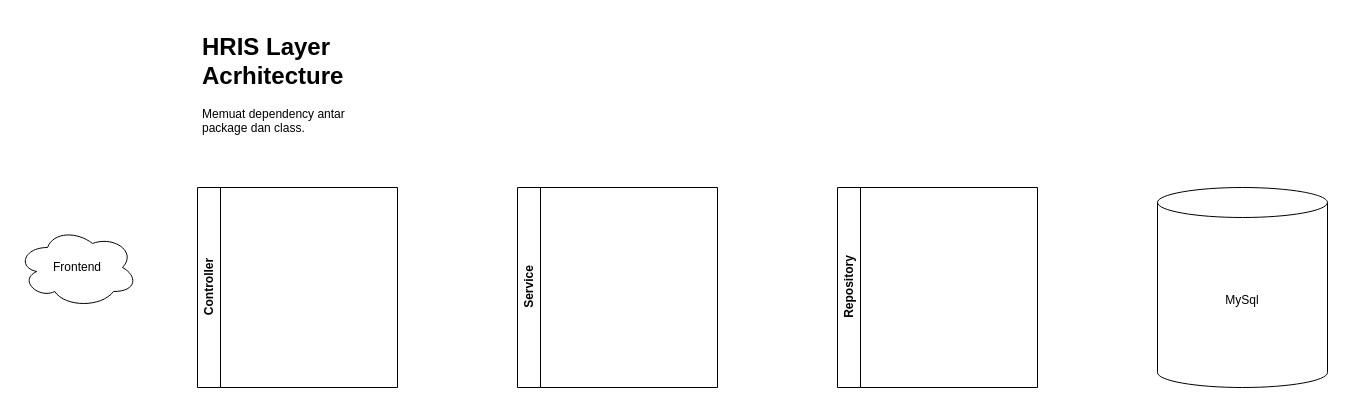
Earlier version of the draw.io diagram page "Layer Architecture" (1 of 2) of LayerAcrhitectureHRIS.drawio (jarisiber/layer-architecture). Source tidied: cells renumbered, new cells numbered last; positions are measured from the earlier drawing's top-left corner, leaving out a move shared by most shapes. Both pictures are drawn from the tidied source at 100%, with x=0, y=0 at pixel (17, 27).
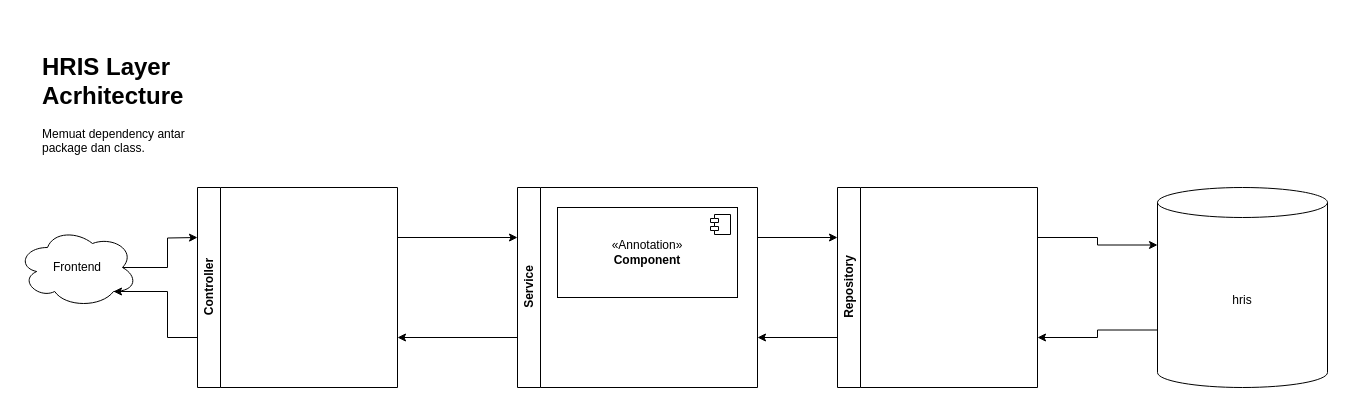
The same page after the edit.

Change to the diagram source:
```diff
@@
 <mxGraphModel>
   <root>
     <mxCell id="0" />
     <mxCell id="1" parent="0" />
+    <mxCell id="8" style="edgeStyle=orthogonalEdgeStyle;rounded=0;jettySize=auto;html=1;exitX=1;exitY=0.25;exitDx=0;exitDy=0;entryX=0;entryY=0.25;entryDx=0;entryDy=0;" parent="1" edge="1" source="2" target="3">
+      <mxGeometry relative="1" as="geometry" />
+    </mxCell>
     <mxCell id="2" value="Controller" style="swimlane;horizontal=0;whiteSpace=wrap;html=1;" parent="1" vertex="1">
       <mxGeometry x="180" y="160" width="200" height="200" as="geometry" />
     </mxCell>
+    <mxCell id="9" style="edgeStyle=orthogonalEdgeStyle;rounded=0;jettySize=auto;html=1;exitX=0;exitY=0.75;exitDx=0;exitDy=0;entryX=1;entryY=0.75;entryDx=0;entryDy=0;" parent="1" edge="1" source="3" target="2">
+      <mxGeometry relative="1" as="geometry" />
+    </mxCell>
+    <mxCell id="10" style="edgeStyle=orthogonalEdgeStyle;rounded=0;jettySize=auto;html=1;exitX=1;exitY=0.25;exitDx=0;exitDy=0;entryX=0;entryY=0.25;entryDx=0;entryDy=0;" parent="1" edge="1" source="3" target="4">
+      <mxGeometry relative="1" as="geometry" />
+    </mxCell>
     <mxCell id="3" value="Service" style="swimlane;horizontal=0;whiteSpace=wrap;html=1;" parent="1" vertex="1">
-      <mxGeometry x="500" y="160" width="200" height="200" as="geometry" />
+      <mxGeometry x="500" y="160" width="240" height="200" as="geometry" />
     </mxCell>
+    <mxCell id="11" value="&amp;laquo;Annotation&amp;raquo;&lt;br/&gt;&lt;b&gt;Component&lt;/b&gt;" style="html=1;whiteSpace=wrap;" parent="3" vertex="1">
+      <mxGeometry x="40" y="20" width="180" height="90" as="geometry" />
+    </mxCell>
+    <mxCell id="12" style="shape=module;jettyWidth=8;jettyHeight=4;" parent="11" vertex="1">
+      <mxGeometry x="1" width="20" height="20" relative="1" as="geometry">
+        <mxPoint x="-27" y="7" as="offset" />
+      </mxGeometry>
+    </mxCell>
+    <mxCell id="13" style="edgeStyle=orthogonalEdgeStyle;rounded=0;jettySize=auto;html=1;exitX=0;exitY=0.75;exitDx=0;exitDy=0;entryX=1;entryY=0.75;entryDx=0;entryDy=0;" parent="1" edge="1" source="4" target="3">
+      <mxGeometry relative="1" as="geometry" />
+    </mxCell>
     <mxCell id="4" value="Repository" style="swimlane;horizontal=0;whiteSpace=wrap;html=1;" parent="1" vertex="1">
       <mxGeometry x="820" y="160" width="200" height="200" as="geometry" />
     </mxCell>
     <mxCell id="5" value="&lt;h1&gt;HRIS Layer Acrhitecture&lt;/h1&gt;&lt;p&gt;Memuat dependency antar package dan class.&lt;/p&gt;" style="text;html=1;strokeColor=none;fillColor=none;spacing=5;spacingTop=-20;whiteSpace=wrap;overflow=hidden;rounded=0;" parent="1" vertex="1">
-      <mxGeometry x="180" width="190" height="120" as="geometry" />
+      <mxGeometry x="20" y="20" width="190" height="120" as="geometry" />
     </mxCell>
+    <mxCell id="14" style="edgeStyle=orthogonalEdgeStyle;rounded=0;jettySize=auto;html=1;exitX=0;exitY=0;exitDx=0;exitDy=142.5;exitPerimeter=0;entryX=1;entryY=0.75;entryDx=0;entryDy=0;" parent="1" edge="1" source="6" target="4">
+      <mxGeometry relative="1" as="geometry" />
+    </mxCell>
-    <mxCell id="6" value="MySql" style="shape=cylinder3;whiteSpace=wrap;html=1;boundedLbl=1;backgroundOutline=1;size=15;" parent="1" vertex="1">
+    <mxCell id="6" value="hris" style="shape=cylinder3;whiteSpace=wrap;html=1;boundedLbl=1;backgroundOutline=1;size=15;" parent="1" vertex="1">
       <mxGeometry x="1140" y="160" width="170" height="200" as="geometry" />
     </mxCell>
+    <mxCell id="15" style="edgeStyle=orthogonalEdgeStyle;rounded=0;jettySize=auto;html=1;exitX=0.875;exitY=0.5;exitDx=0;exitDy=0;exitPerimeter=0;" parent="1" edge="1" source="7">
+      <mxGeometry relative="1" as="geometry">
+        <mxPoint x="180" y="210" as="targetPoint" />
+      </mxGeometry>
+    </mxCell>
     <mxCell id="7" value="Frontend" style="ellipse;shape=cloud;whiteSpace=wrap;html=1;" parent="1" vertex="1">
       <mxGeometry y="200" width="120" height="80" as="geometry" />
     </mxCell>
+    <mxCell id="16" style="edgeStyle=orthogonalEdgeStyle;rounded=0;jettySize=auto;html=1;exitX=1;exitY=0.25;exitDx=0;exitDy=0;entryX=0;entryY=0;entryDx=0;entryDy=57.5;entryPerimeter=0;" parent="1" edge="1" source="4" target="6">
+      <mxGeometry relative="1" as="geometry" />
+    </mxCell>
+    <mxCell id="17" style="edgeStyle=orthogonalEdgeStyle;rounded=0;jettySize=auto;html=1;exitX=0;exitY=0.75;exitDx=0;exitDy=0;entryX=0.8;entryY=0.8;entryDx=0;entryDy=0;entryPerimeter=0;" parent="1" edge="1" source="2" target="7">
+      <mxGeometry relative="1" as="geometry" />
+    </mxCell>
   </root>
 </mxGraphModel>
```
